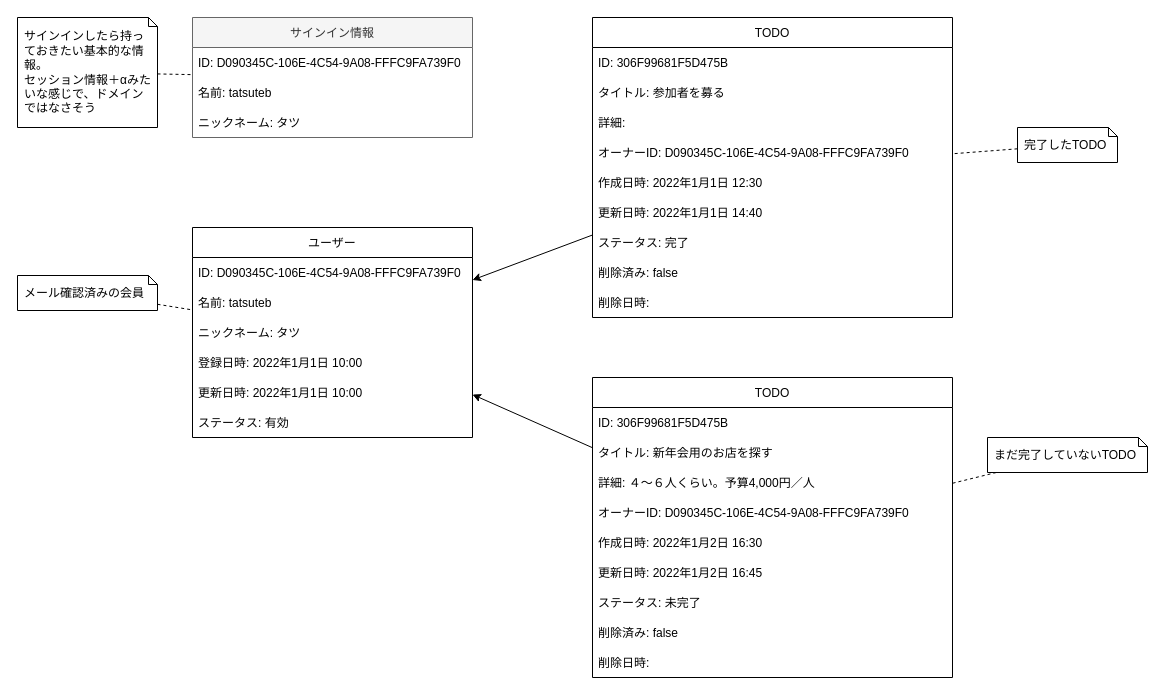
Above: page "オブジェクト図" (3 of 5) of docs/ToDo管理システム.drawio in tatsuteb/todo-management-system (draw.io), before the change. Source tidied: cells renumbered, new cells numbered last; positions are measured from the earlier drawing's top-left corner, leaving out a move shared by most shapes. Both pictures are drawn from the tidied source at 100%, with x=0, y=0 at pixel (17, 17).
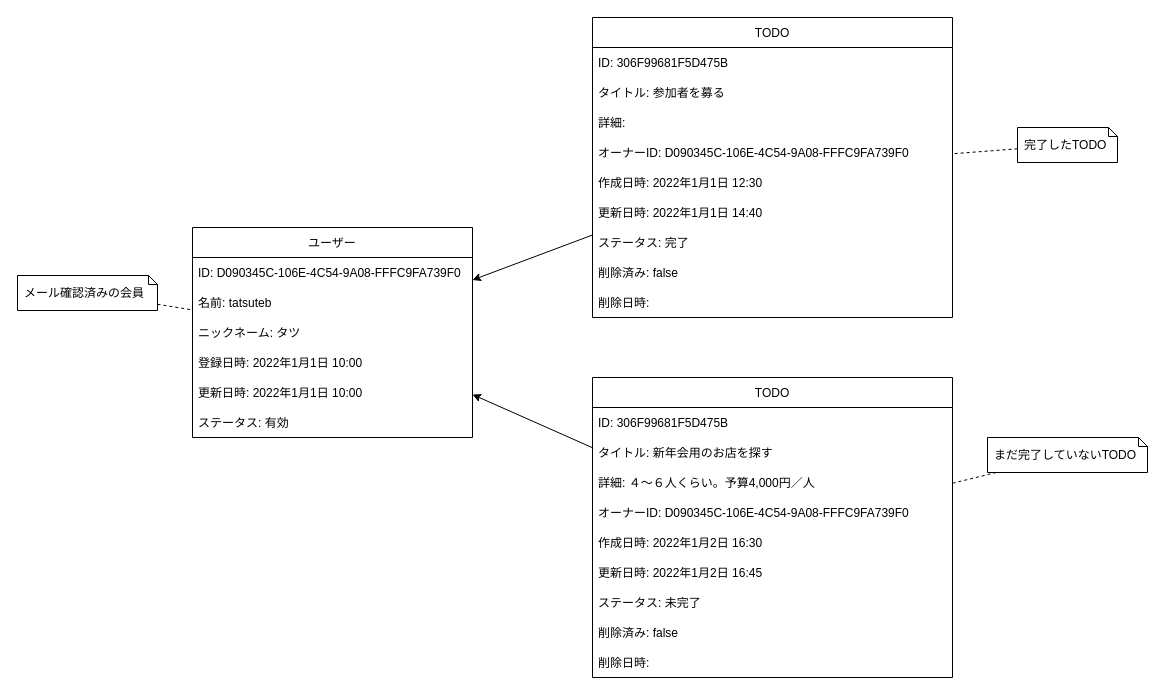
The same diagram, later.

Change to the diagram source:
```diff
@@
-    <mxCell id="37" value="サインイン情報" style="swimlane;fontStyle=0;horizontal=1;startSize=30;fillColor=#f5f5f5;fontColor=#333333;strokeColor=#666666;" parent="1" vertex="1">
-      <mxGeometry x="175" width="280" height="120" as="geometry" />
-    </mxCell>
-    <mxCell id="38" value="ID: D090345C-106E-4C54-9A08-FFFC9FA739F0" style="text;strokeColor=none;fillColor=none;align=left;verticalAlign=middle;spacingLeft=4;spacingRight=4;overflow=hidden;" parent="37" vertex="1">
-      <mxGeometry y="30" width="280" height="30" as="geometry" />
-    </mxCell>
-    <mxCell id="39" value="名前: tatsuteb" style="text;strokeColor=none;fillColor=none;align=left;verticalAlign=middle;spacingLeft=4;spacingRight=4;overflow=hidden;" parent="37" vertex="1">
-      <mxGeometry y="60" width="280" height="30" as="geometry" />
-    </mxCell>
-    <mxCell id="40" value="ニックネーム: タツ" style="text;strokeColor=none;fillColor=none;align=left;verticalAlign=middle;spacingLeft=4;spacingRight=4;overflow=hidden;" parent="37" vertex="1">
-      <mxGeometry y="90" width="280" height="30" as="geometry" />
-    </mxCell>
-    <mxCell id="41" style="edgeStyle=none;rounded=0;jettySize=auto;html=1;endArrow=none;endFill=0;dashed=1;" parent="1" edge="1" source="42" target="37">
-      <mxGeometry relative="1" as="geometry" />
-    </mxCell>
-    <mxCell id="42" value="サインインしたら持っておきたい基本的な情報。&lt;br&gt;セッション情報＋αみたいな感じで、ドメインではなさそう" style="shape=note;size=9;whiteSpace=wrap;html=1;align=left;spacingLeft=5;spacingRight=5;" parent="1" vertex="1">
-      <mxGeometry width="140" height="110" as="geometry" />
-    </mxCell>
```
